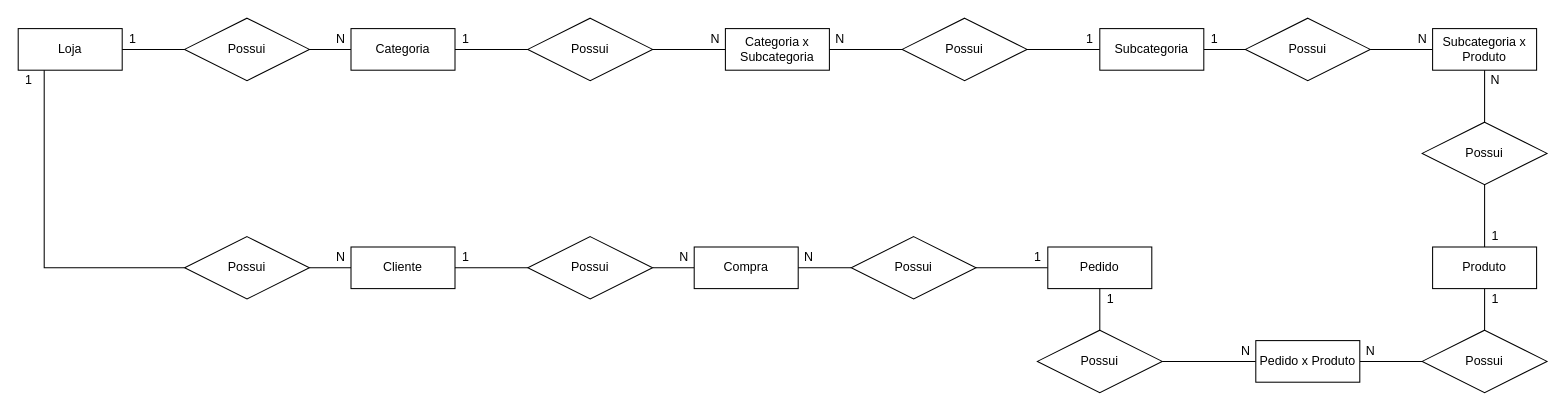
The draw.io diagram exercicios/1.5-exercicio-ecommerce/Exercicio1.5-ecommerce.drawio in Anny-Pereira/Banco-de-Dados, before the edit. Source tidied: cells renumbered, new cells numbered last; positions are measured from the earlier drawing's top-left corner, leaving out a move shared by most shapes. Both pictures are drawn from the tidied source at 104%, with x=0, y=0 at pixel (18, 18).
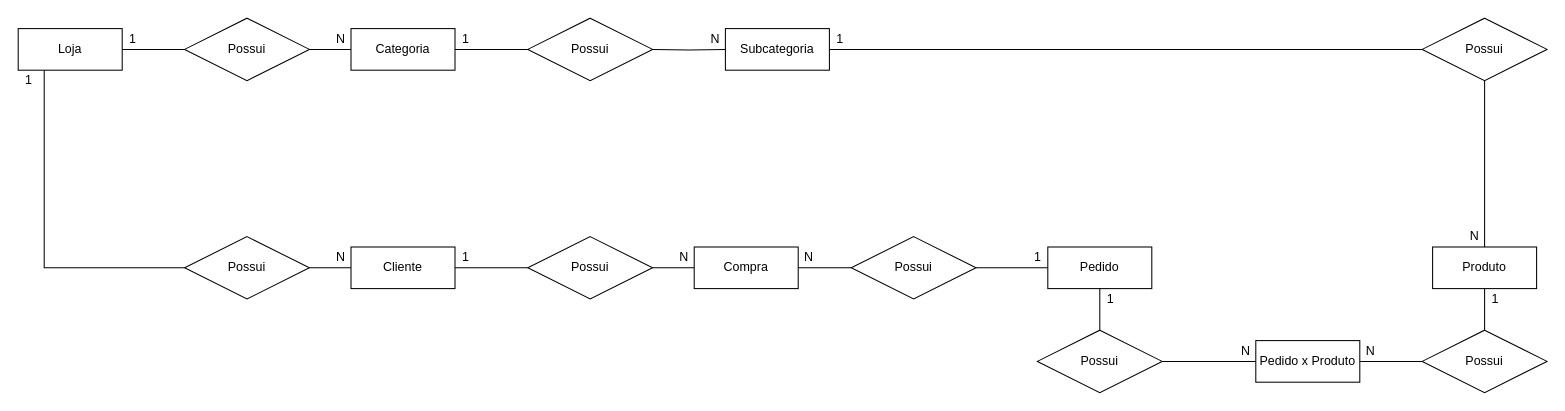
The same diagram, later.

Unchanged cells that the change refers to:
```xml
<mxCell id="29" value="Possui" style="shape=rhombus;perimeter=rhombusPerimeter;whiteSpace=wrap;html=1;align=center;" parent="1" vertex="1">
  <mxGeometry x="490" width="120" height="60" as="geometry" />
</mxCell>
<mxCell id="45" value="Produto" style="whiteSpace=wrap;html=1;align=center;" parent="1" vertex="1">
  <mxGeometry x="1360" y="220" width="100" height="40" as="geometry" />
</mxCell>
```

Diff of the diagram source:
```diff
@@
-    <mxCell id="30" style="edgeStyle=orthogonalEdgeStyle;rounded=0;jettySize=auto;html=1;endArrow=none;endFill=0;" parent="1" edge="1" source="31" target="29">
-      <mxGeometry relative="1" as="geometry" />
+    <mxCell id="30" style="edgeStyle=orthogonalEdgeStyle;rounded=0;jettySize=auto;html=1;endArrow=none;endFill=0;" parent="1" edge="1" target="29">
+      <mxGeometry relative="1" as="geometry">
+        <mxPoint x="680" y="30" as="sourcePoint" />
+      </mxGeometry>
     </mxCell>
-    <mxCell id="31" value="Categoria x Subcategoria" style="whiteSpace=wrap;html=1;align=center;" parent="1" vertex="1">
-      <mxGeometry x="680" y="10" width="100" height="40" as="geometry" />
-    </mxCell>
-    <mxCell id="32" style="edgeStyle=orthogonalEdgeStyle;rounded=0;jettySize=auto;html=1;endArrow=none;endFill=0;" parent="1" edge="1" source="33">
-      <mxGeometry relative="1" as="geometry">
-        <mxPoint x="780" y="30" as="targetPoint" />
-      </mxGeometry>
-    </mxCell>
-    <mxCell id="33" value="Possui" style="shape=rhombus;perimeter=rhombusPerimeter;whiteSpace=wrap;html=1;align=center;" parent="1" vertex="1">
-      <mxGeometry x="850" width="120" height="60" as="geometry" />
-    </mxCell>
-    <mxCell id="34" style="edgeStyle=orthogonalEdgeStyle;rounded=0;jettySize=auto;html=1;endArrow=none;endFill=0;" parent="1" edge="1" source="36" target="33">
-      <mxGeometry relative="1" as="geometry" />
-    </mxCell>
-    <mxCell id="35" style="edgeStyle=orthogonalEdgeStyle;rounded=0;jettySize=auto;html=1;endArrow=none;endFill=0;" parent="1" edge="1" source="36" target="41">
-      <mxGeometry relative="1" as="geometry" />
-    </mxCell>
+    <mxCell id="63" style="edgeStyle=orthogonalEdgeStyle;rounded=0;jettySize=auto;html=1;endArrow=none;endFill=0;" parent="1" edge="1" source="36" target="65">
+      <mxGeometry relative="1" as="geometry" />
+    </mxCell>
     <mxCell id="36" value="Subcategoria" style="whiteSpace=wrap;html=1;align=center;" parent="1" vertex="1">
-      <mxGeometry x="1040" y="10" width="100" height="40" as="geometry" />
+      <mxGeometry x="680" y="10" width="100" height="40" as="geometry" />
     </mxCell>
@@
-    <mxCell id="38" value="N" style="text;html=1;align=center;verticalAlign=middle;strokeColor=none;" parent="1" vertex="1">
-      <mxGeometry x="780" y="10" width="20" height="20" as="geometry" />
-    </mxCell>
-    <mxCell id="39" value="1" style="text;html=1;align=center;verticalAlign=middle;strokeColor=none;" parent="1" vertex="1">
-      <mxGeometry x="1020" y="10" width="20" height="20" as="geometry" />
-    </mxCell>
@@
-    <mxCell id="41" value="Possui" style="shape=rhombus;perimeter=rhombusPerimeter;whiteSpace=wrap;html=1;align=center;" parent="1" vertex="1">
-      <mxGeometry x="1180" width="120" height="60" as="geometry" />
-    </mxCell>
-    <mxCell id="42" style="edgeStyle=orthogonalEdgeStyle;rounded=0;jettySize=auto;html=1;endArrow=none;endFill=0;" parent="1" edge="1" source="43" target="41">
-      <mxGeometry relative="1" as="geometry" />
-    </mxCell>
-    <mxCell id="43" value="Subcategoria x Produto" style="whiteSpace=wrap;html=1;align=center;" parent="1" vertex="1">
-      <mxGeometry x="1360" y="10" width="100" height="40" as="geometry" />
-    </mxCell>
@@
-    <mxCell id="46" style="edgeStyle=orthogonalEdgeStyle;rounded=0;jettySize=auto;html=1;endArrow=none;endFill=0;" parent="1" edge="1" source="48" target="43">
-      <mxGeometry relative="1" as="geometry" />
+    <mxCell id="46" style="edgeStyle=orthogonalEdgeStyle;rounded=0;orthogonalLoop=1;jettySize=auto;html=1;endArrow=none;endFill=0;" parent="1" edge="1">
+      <mxGeometry relative="1" as="geometry">
+        <mxPoint x="1410" y="100" as="sourcePoint" />
+      </mxGeometry>
     </mxCell>
-    <mxCell id="47" style="edgeStyle=orthogonalEdgeStyle;rounded=0;jettySize=auto;html=1;endArrow=none;endFill=0;" parent="1" edge="1" source="48" target="45">
-      <mxGeometry relative="1" as="geometry" />
-    </mxCell>
-    <mxCell id="48" value="Possui" style="shape=rhombus;perimeter=rhombusPerimeter;whiteSpace=wrap;html=1;align=center;" parent="1" vertex="1">
-      <mxGeometry x="1350" y="100" width="120" height="60" as="geometry" />
-    </mxCell>
-    <mxCell id="49" value="1" style="text;html=1;align=center;verticalAlign=middle;strokeColor=none;" parent="1" vertex="1">
-      <mxGeometry x="1140" y="10" width="20" height="20" as="geometry" />
-    </mxCell>
-    <mxCell id="50" value="1" style="text;html=1;align=center;verticalAlign=middle;strokeColor=none;" parent="1" vertex="1">
-      <mxGeometry x="1410" y="200" width="20" height="20" as="geometry" />
-    </mxCell>
-    <mxCell id="51" value="N" style="text;html=1;align=center;verticalAlign=middle;strokeColor=none;" parent="1" vertex="1">
-      <mxGeometry x="1410" y="50" width="20" height="20" as="geometry" />
-    </mxCell>
-    <mxCell id="52" value="N" style="text;html=1;align=center;verticalAlign=middle;strokeColor=none;" parent="1" vertex="1">
-      <mxGeometry x="1340" y="10" width="20" height="20" as="geometry" />
-    </mxCell>
@@
+    <mxCell id="64" style="edgeStyle=orthogonalEdgeStyle;rounded=0;jettySize=auto;html=1;entryX=0.5;entryY=0;entryDx=0;entryDy=0;endArrow=none;endFill=0;" parent="1" edge="1" source="65" target="45">
+      <mxGeometry relative="1" as="geometry" />
+    </mxCell>
+    <mxCell id="65" value="Possui" style="shape=rhombus;perimeter=rhombusPerimeter;whiteSpace=wrap;html=1;align=center;" parent="1" vertex="1">
+      <mxGeometry x="1350" width="120" height="60" as="geometry" />
+    </mxCell>
+    <mxCell id="66" value="1" style="text;html=1;align=center;verticalAlign=middle;strokeColor=none;" parent="1" vertex="1">
+      <mxGeometry x="780" y="10" width="20" height="20" as="geometry" />
+    </mxCell>
+    <mxCell id="67" value="N" style="text;html=1;align=center;verticalAlign=middle;strokeColor=none;" parent="1" vertex="1">
+      <mxGeometry x="1390" y="200" width="20" height="20" as="geometry" />
+    </mxCell>
```
